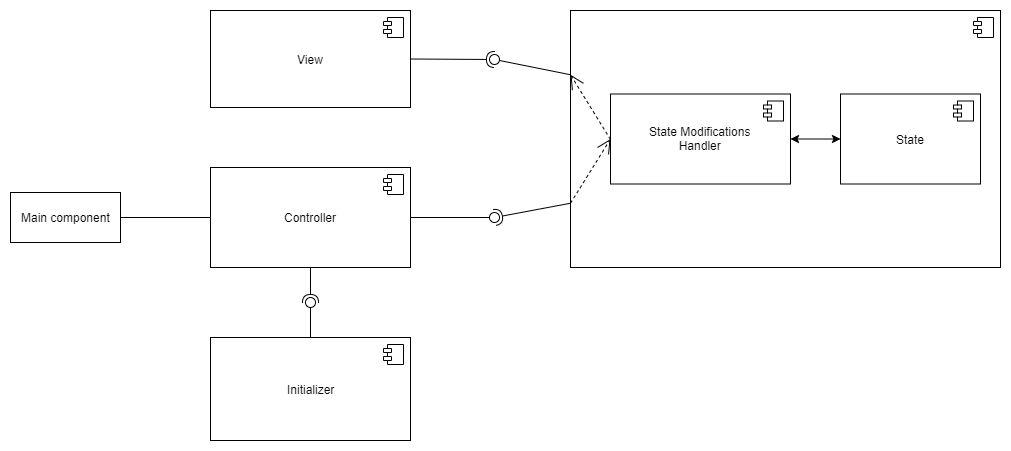
This is description/ComponentDiagram.png from shirokov-kirill/SD-roguelike, a draw.io export, as it was before one commit. Source tidied: cells renumbered, new cells last; positions are measured from the earlier drawing's top-left corner, leaving out a move shared by most shapes. Its diagram source:
```xml
<mxGraphModel>
  <root>
    <mxCell id="0" />
    <mxCell id="1" parent="0" />
    <mxCell id="2" style="edgeStyle=orthogonalEdgeStyle;rounded=0;jettySize=auto;html=1;exitX=1;exitY=0.5;exitDx=0;exitDy=0;entryX=0;entryY=0.5;entryDx=0;entryDy=0;endArrow=none;endFill=0;" parent="1" edge="1" source="3" target="4">
      <mxGeometry relative="1" as="geometry" />
    </mxCell>
    <mxCell id="3" value="Main component" style="html=1;" parent="1" vertex="1">
      <mxGeometry y="182" width="110" height="50" as="geometry" />
    </mxCell>
    <mxCell id="4" value="Controller" style="html=1;" parent="1" vertex="1">
      <mxGeometry x="200" y="157" width="200" height="100" as="geometry" />
    </mxCell>
    <mxCell id="5" style="shape=component;jettyWidth=8;jettyHeight=4;" parent="4" vertex="1">
      <mxGeometry x="1" width="20" height="20" relative="1" as="geometry">
        <mxPoint x="-27" y="7" as="offset" />
      </mxGeometry>
    </mxCell>
    <mxCell id="6" style="edgeStyle=orthogonalEdgeStyle;rounded=0;jettySize=auto;html=1;exitX=0;exitY=0.25;exitDx=0;exitDy=0;dashed=1;endArrow=open;endFill=0;" parent="1" edge="1" source="7">
      <mxGeometry relative="1" as="geometry">
        <mxPoint x="600" y="127" as="targetPoint" />
        <Array as="points">
          <mxPoint x="580" y="64" />
          <mxPoint x="580" y="127" />
        </Array>
      </mxGeometry>
    </mxCell>
    <mxCell id="7" style="html=1;" parent="1" vertex="1">
      <mxGeometry x="560" width="430" height="257" as="geometry" />
    </mxCell>
    <mxCell id="8" style="shape=component;jettyWidth=8;jettyHeight=4;" parent="7" vertex="1">
      <mxGeometry x="1" width="20" height="20" relative="1" as="geometry">
        <mxPoint x="-27" y="7" as="offset" />
      </mxGeometry>
    </mxCell>
    <mxCell id="9" value="State Modifications&lt;br&gt;Handler" style="html=1;" parent="7" vertex="1">
      <mxGeometry x="40" y="83.5" width="180" height="90" as="geometry" />
    </mxCell>
    <mxCell id="10" style="shape=component;jettyWidth=8;jettyHeight=4;" parent="9" vertex="1">
      <mxGeometry x="1" width="20" height="20" relative="1" as="geometry">
        <mxPoint x="-27" y="7" as="offset" />
      </mxGeometry>
    </mxCell>
    <mxCell id="11" value="State" style="html=1;" parent="7" vertex="1">
      <mxGeometry x="270" y="83.5" width="140" height="90" as="geometry" />
    </mxCell>
    <mxCell id="12" style="shape=component;jettyWidth=8;jettyHeight=4;" parent="11" vertex="1">
      <mxGeometry x="1" width="20" height="20" relative="1" as="geometry">
        <mxPoint x="-27" y="7" as="offset" />
      </mxGeometry>
    </mxCell>
    <mxCell id="13" style="endArrow=classic;startArrow=classic;html=1;entryX=0;entryY=0.5;entryDx=0;entryDy=0;exitX=1;exitY=0.5;exitDx=0;exitDy=0;" parent="7" edge="1" source="9" target="11">
      <mxGeometry relative="1" as="geometry" />
    </mxCell>
    <mxCell id="14" style="endArrow=open;endFill=1;endSize=12;html=1;dashed=1;entryX=0;entryY=0.5;entryDx=0;entryDy=0;exitX=0;exitY=0.75;exitDx=0;exitDy=0;" parent="7" edge="1" source="7" target="9">
      <mxGeometry relative="1" as="geometry" />
    </mxCell>
    <mxCell id="15" value="View" style="html=1;" parent="1" vertex="1">
      <mxGeometry x="200" width="200" height="97" as="geometry" />
    </mxCell>
    <mxCell id="16" style="shape=component;jettyWidth=8;jettyHeight=4;" parent="15" vertex="1">
      <mxGeometry x="1" width="20" height="20" relative="1" as="geometry">
        <mxPoint x="-27" y="7" as="offset" />
      </mxGeometry>
    </mxCell>
    <mxCell id="17" value="Initializer" style="html=1;" parent="1" vertex="1">
      <mxGeometry x="200" y="327" width="200" height="103" as="geometry" />
    </mxCell>
    <mxCell id="18" style="shape=component;jettyWidth=8;jettyHeight=4;" parent="17" vertex="1">
      <mxGeometry x="1" width="20" height="20" relative="1" as="geometry">
        <mxPoint x="-27" y="7" as="offset" />
      </mxGeometry>
    </mxCell>
    <mxCell id="19" style="rounded=0;jettySize=auto;html=1;endArrow=none;endFill=0;exitX=0.5;exitY=0;exitDx=0;exitDy=0;" parent="1" edge="1" source="17" target="21">
      <mxGeometry relative="1" as="geometry" />
    </mxCell>
    <mxCell id="20" style="rounded=0;jettySize=auto;html=1;endArrow=halfCircle;endFill=0;entryX=0.5;entryY=0.5;entryDx=0;entryDy=0;endSize=6;strokeWidth=1;exitX=0.5;exitY=1;exitDx=0;exitDy=0;" parent="1" edge="1" source="4" target="21">
      <mxGeometry relative="1" as="geometry" />
    </mxCell>
    <mxCell id="21" style="ellipse;whiteSpace=wrap;html=1;fontFamily=Helvetica;fontSize=12;fontColor=#000000;align=center;strokeColor=#000000;fillColor=#ffffff;points=[];" parent="1" vertex="1">
      <mxGeometry x="295" y="287" width="10" height="10" as="geometry" />
    </mxCell>
    <mxCell id="22" style="rounded=0;jettySize=auto;html=1;endArrow=none;endFill=0;exitX=1;exitY=0.5;exitDx=0;exitDy=0;" parent="1" edge="1" source="4" target="24">
      <mxGeometry relative="1" as="geometry" />
    </mxCell>
    <mxCell id="23" style="rounded=0;jettySize=auto;html=1;endArrow=halfCircle;endFill=0;entryX=0.5;entryY=0.5;entryDx=0;entryDy=0;endSize=6;strokeWidth=1;exitX=0;exitY=0.75;exitDx=0;exitDy=0;" parent="1" edge="1" source="7" target="24">
      <mxGeometry relative="1" as="geometry" />
    </mxCell>
    <mxCell id="24" style="ellipse;whiteSpace=wrap;html=1;fontFamily=Helvetica;fontSize=12;fontColor=#000000;align=center;strokeColor=#000000;fillColor=#ffffff;points=[];" parent="1" vertex="1">
      <mxGeometry x="479" y="202" width="10" height="10" as="geometry" />
    </mxCell>
    <mxCell id="25" style="rounded=0;jettySize=auto;html=1;endArrow=none;endFill=0;exitX=0;exitY=0.25;exitDx=0;exitDy=0;" parent="1" edge="1" source="7" target="27">
      <mxGeometry relative="1" as="geometry" />
    </mxCell>
    <mxCell id="26" style="rounded=0;jettySize=auto;html=1;endArrow=halfCircle;endFill=0;entryX=0.5;entryY=0.5;entryDx=0;entryDy=0;endSize=6;strokeWidth=1;exitX=1;exitY=0.5;exitDx=0;exitDy=0;" parent="1" edge="1" source="15" target="27">
      <mxGeometry relative="1" as="geometry" />
    </mxCell>
    <mxCell id="27" style="ellipse;whiteSpace=wrap;html=1;fontFamily=Helvetica;fontSize=12;fontColor=#000000;align=center;strokeColor=#000000;fillColor=#ffffff;points=[];" parent="1" vertex="1">
      <mxGeometry x="479" y="44" width="10" height="10" as="geometry" />
    </mxCell>
    <mxCell id="28" style="endArrow=open;endFill=1;endSize=12;html=1;entryX=0;entryY=0.25;entryDx=0;entryDy=0;dashed=1;" parent="1" edge="1" target="7">
      <mxGeometry relative="1" as="geometry">
        <mxPoint x="600" y="129" as="sourcePoint" />
      </mxGeometry>
    </mxCell>
  </root>
</mxGraphModel>
```
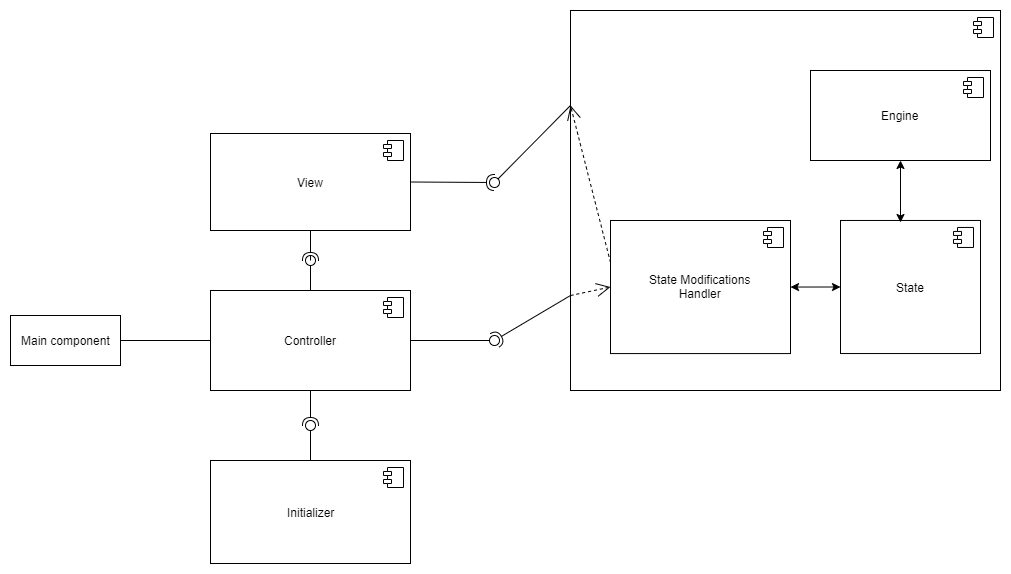
The same file after the commit.

Commit message:
Update ComponentDiagram to Roguelike-2 stage

Diff of the diagram source:
```diff
@@ -25,36 +25,47 @@
         </Array>
       </mxGeometry>
     </mxCell>
-    <mxCell id="7" style="html=1;" parent="1" vertex="1">
-      <mxGeometry x="560" width="430" height="257" as="geometry" />
+    <mxCell id="7" style="html=1;verticalAlign=middle;align=center;" parent="1" vertex="1">
+      <mxGeometry x="560" y="-123" width="430" height="380" as="geometry" />
     </mxCell>
     <mxCell id="8" style="shape=component;jettyWidth=8;jettyHeight=4;" parent="7" vertex="1">
       <mxGeometry x="1" width="20" height="20" relative="1" as="geometry">
         <mxPoint x="-27" y="7" as="offset" />
       </mxGeometry>
     </mxCell>
-    <mxCell id="9" value="State Modifications&lt;br&gt;Handler" style="html=1;" parent="7" vertex="1">
-      <mxGeometry x="40" y="83.5" width="180" height="90" as="geometry" />
+    <mxCell id="9" value="State Modifications&lt;br&gt;Handler" style="html=1;verticalAlign=middle;align=center;" parent="7" vertex="1">
+      <mxGeometry x="40" y="210" width="180" height="133.1" as="geometry" />
     </mxCell>
     <mxCell id="10" style="shape=component;jettyWidth=8;jettyHeight=4;" parent="9" vertex="1">
       <mxGeometry x="1" width="20" height="20" relative="1" as="geometry">
         <mxPoint x="-27" y="7" as="offset" />
       </mxGeometry>
     </mxCell>
-    <mxCell id="11" value="State" style="html=1;" parent="7" vertex="1">
-      <mxGeometry x="270" y="83.5" width="140" height="90" as="geometry" />
+    <mxCell id="11" value="State" style="html=1;verticalAlign=middle;align=center;" parent="7" vertex="1">
+      <mxGeometry x="270" y="210" width="140" height="133.1" as="geometry" />
     </mxCell>
     <mxCell id="12" style="shape=component;jettyWidth=8;jettyHeight=4;" parent="11" vertex="1">
       <mxGeometry x="1" width="20" height="20" relative="1" as="geometry">
         <mxPoint x="-27" y="7" as="offset" />
       </mxGeometry>
     </mxCell>
-    <mxCell id="13" style="endArrow=classic;startArrow=classic;html=1;entryX=0;entryY=0.5;entryDx=0;entryDy=0;exitX=1;exitY=0.5;exitDx=0;exitDy=0;" parent="7" edge="1" source="9" target="11">
+    <mxCell id="13" style="endArrow=classic;startArrow=classic;html=1;entryX=0;entryY=0.5;entryDx=0;entryDy=0;exitX=1;exitY=0.5;exitDx=0;exitDy=0;verticalAlign=middle;align=center;" parent="7" edge="1" source="9" target="11">
       <mxGeometry relative="1" as="geometry" />
     </mxCell>
-    <mxCell id="14" style="endArrow=open;endFill=1;endSize=12;html=1;dashed=1;entryX=0;entryY=0.5;entryDx=0;entryDy=0;exitX=0;exitY=0.75;exitDx=0;exitDy=0;" parent="7" edge="1" source="7" target="9">
+    <mxCell id="14" style="endArrow=open;endFill=1;endSize=12;html=1;dashed=1;entryX=0;entryY=0.5;entryDx=0;entryDy=0;exitX=0;exitY=0.75;exitDx=0;exitDy=0;verticalAlign=middle;align=center;" parent="7" edge="1" source="7" target="9">
       <mxGeometry relative="1" as="geometry" />
     </mxCell>
+    <mxCell id="29" style="edgeStyle=orthogonalEdgeStyle;rounded=0;jettySize=auto;html=1;entryX=0.429;entryY=0.014;entryDx=0;entryDy=0;entryPerimeter=0;align=center;startArrow=classic;startFill=1;" parent="7" edge="1" source="30" target="11">
+      <mxGeometry relative="1" as="geometry" />
+    </mxCell>
+    <mxCell id="30" value="Engine" style="html=1;align=center;" parent="7" vertex="1">
+      <mxGeometry x="240" y="60" width="180" height="90" as="geometry" />
+    </mxCell>
+    <mxCell id="31" style="shape=component;jettyWidth=8;jettyHeight=4;" parent="30" vertex="1">
+      <mxGeometry x="1" width="20" height="20" relative="1" as="geometry">
+        <mxPoint x="-27" y="7" as="offset" />
+      </mxGeometry>
+    </mxCell>
     <mxCell id="15" value="View" style="html=1;" parent="1" vertex="1">
       <mxGeometry x="200" width="200" height="97" as="geometry" />
     </mxCell>
@@ -103,5 +114,21 @@
         <mxPoint x="600" y="129" as="sourcePoint" />
       </mxGeometry>
     </mxCell>
+    <mxCell id="32" style="rounded=0;jettySize=auto;html=1;endArrow=none;endFill=0;align=center;entryX=0.5;entryY=0;entryDx=0;entryDy=0;" parent="1" edge="1" source="34" target="4">
+      <mxGeometry relative="1" as="geometry" />
+    </mxCell>
+    <mxCell id="33" style="rounded=0;jettySize=auto;html=1;endArrow=halfCircle;endFill=0;endSize=6;strokeWidth=1;align=center;exitX=0.5;exitY=1;exitDx=0;exitDy=0;" parent="1" edge="1" source="15">
+      <mxGeometry relative="1" as="geometry">
+        <mxPoint x="300" y="127" as="targetPoint" />
+      </mxGeometry>
+    </mxCell>
+    <mxCell id="34" style="ellipse;whiteSpace=wrap;html=1;fontFamily=Helvetica;fontSize=12;fontColor=#000000;align=center;strokeColor=#000000;fillColor=#ffffff;points=[];" parent="1" vertex="1">
+      <mxGeometry x="295" y="122" width="10" height="10" as="geometry" />
+    </mxCell>
+    <mxCell id="35" style="rounded=0;jettySize=auto;html=1;endArrow=none;endFill=0;align=center;entryX=0.5;entryY=0;entryDx=0;entryDy=0;" parent="1" edge="1" target="34">
+      <mxGeometry relative="1" as="geometry">
+        <mxPoint x="300" y="127" as="sourcePoint" />
+      </mxGeometry>
+    </mxCell>
   </root>
 </mxGraphModel>
```
